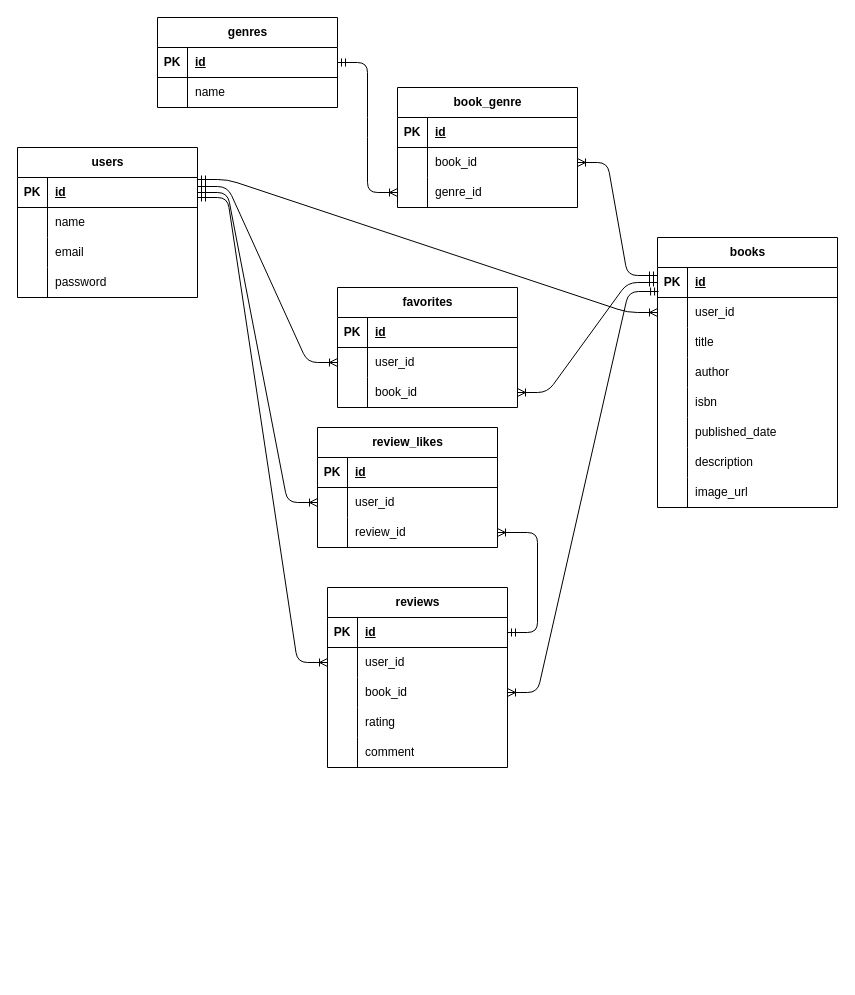
Before: schema.drawio in kanai-naoki/coachtech-bookshelf, a draw.io diagram. Source tidied: cells renumbered, new cells numbered last; positions are measured from the earlier drawing's top-left corner, leaving out a move shared by most shapes. Both pictures are drawn from the tidied source at 100%, with x=0, y=0 at pixel (-273, 17).
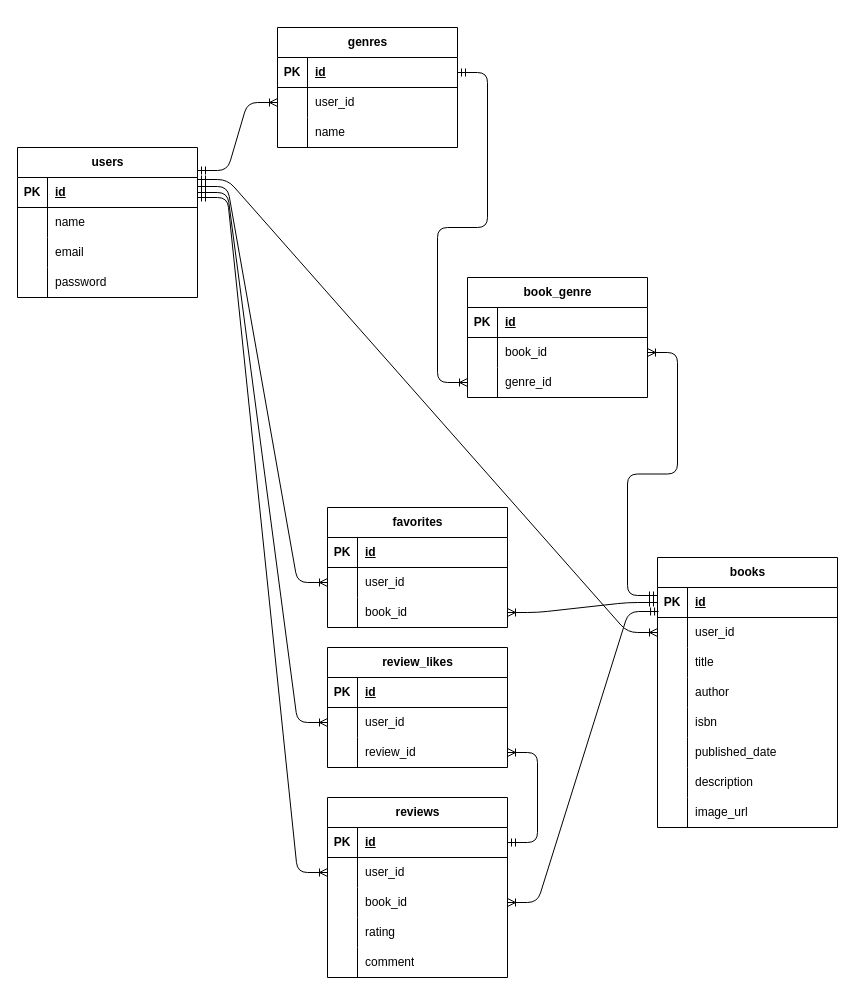
The same page after the edit.

The change refers to these unchanged cells:
```xml
<mxCell id="19" style="shape=tableRow;horizontal=0;startSize=0;swimlaneHead=0;swimlaneBody=0;fillColor=none;points=[[0,0.5],[1,0.5]];portConstraint=eastwest;top=0;left=0;right=0;bottom=0;" parent="15" vertex="1">
  <mxGeometry y="60" width="180" height="30" as="geometry" />
</mxCell>
```

Diff of the diagram source:
```diff
@@
     <mxCell id="15" value="genres" style="shape=table;startSize=30;childLayout=tableLayout;rowLines=0;fontStyle=1;align=center;html=1;" parent="1" vertex="1">
-      <mxGeometry x="430" width="180" height="90" as="geometry" />
+      <mxGeometry x="550" y="10" width="180" height="120" as="geometry" />
     </mxCell>
@@
-    <mxCell id="21" value="name" style="shape=partialRectangle;fillColor=none;top=0;left=0;bottom=0;right=0;align=left;spacingLeft=6;overflow=hidden;whiteSpace=wrap;html=1;" parent="19" vertex="1">
+    <mxCell id="21" value="user_id" style="shape=partialRectangle;fillColor=none;top=0;left=0;bottom=0;right=0;align=left;spacingLeft=6;overflow=hidden;whiteSpace=wrap;html=1;" parent="19" vertex="1">
       <mxGeometry x="30" width="150" height="30" as="geometry" />
     </mxCell>
+    <mxCell id="102" style="shape=tableRow;horizontal=0;startSize=0;swimlaneHead=0;swimlaneBody=0;fillColor=none;top=0;left=0;right=0;bottom=0;" parent="15" vertex="1">
+      <mxGeometry y="90" width="180" height="30" as="geometry" />
+    </mxCell>
+    <mxCell id="103" style="shape=partialRectangle;fillColor=none;top=0;left=0;bottom=0;right=0;overflow=hidden;whiteSpace=wrap;html=1;" parent="102" vertex="1">
+      <mxGeometry width="30" height="30" as="geometry" />
+    </mxCell>
+    <mxCell id="104" value="name" style="shape=partialRectangle;fillColor=none;top=0;left=0;bottom=0;right=0;align=left;spacingLeft=6;overflow=hidden;whiteSpace=wrap;html=1;" parent="102" vertex="1">
+      <mxGeometry x="30" width="150" height="30" as="geometry" />
+    </mxCell>
     <mxCell id="22" value="books" style="shape=table;startSize=30;childLayout=tableLayout;rowLines=0;fontStyle=1;align=center;html=1;" parent="1" vertex="1">
-      <mxGeometry x="930" y="220" width="180" height="270" as="geometry" />
+      <mxGeometry x="930" y="540" width="180" height="270" as="geometry" />
     </mxCell>
@@
     <mxCell id="47" value="favorites" style="shape=table;startSize=30;childLayout=tableLayout;rowLines=0;fontStyle=1;align=center;html=1;" parent="1" vertex="1">
-      <mxGeometry x="610" y="270" width="180" height="120" as="geometry" />
+      <mxGeometry x="600" y="490" width="180" height="120" as="geometry" />
     </mxCell>
@@
     <mxCell id="57" value="reviews" style="shape=table;startSize=30;childLayout=tableLayout;rowLines=0;fontStyle=1;align=center;html=1;" parent="1" vertex="1">
-      <mxGeometry x="600" y="570" width="180" height="180" as="geometry" />
+      <mxGeometry x="600" y="780" width="180" height="180" as="geometry" />
     </mxCell>
@@
     <mxCell id="81" value="book_genre" style="shape=table;startSize=30;childLayout=tableLayout;rowLines=0;fontStyle=1;align=center;html=1;" parent="1" vertex="1">
-      <mxGeometry x="670" y="70" width="180" height="120" as="geometry" />
+      <mxGeometry x="740" y="260" width="180" height="120" as="geometry" />
     </mxCell>
@@
     <mxCell id="92" value="review_likes" style="shape=table;startSize=30;childLayout=tableLayout;rowLines=0;fontStyle=1;align=center;html=1;" parent="1" vertex="1">
-      <mxGeometry x="590" y="410" width="180" height="120" as="geometry" />
+      <mxGeometry x="600" y="630" width="180" height="120" as="geometry" />
     </mxCell>
@@
+    <mxCell id="105" style="edgeStyle=entityRelationEdgeStyle;fontSize=12;html=1;endArrow=ERoneToMany;startArrow=ERmandOne;entryX=0;entryY=0.5;entryDx=0;entryDy=0;" parent="1" edge="1" target="19">
+      <mxGeometry relative="1" as="geometry">
+        <mxPoint x="470" y="153" as="sourcePoint" />
+      </mxGeometry>
+    </mxCell>
```
